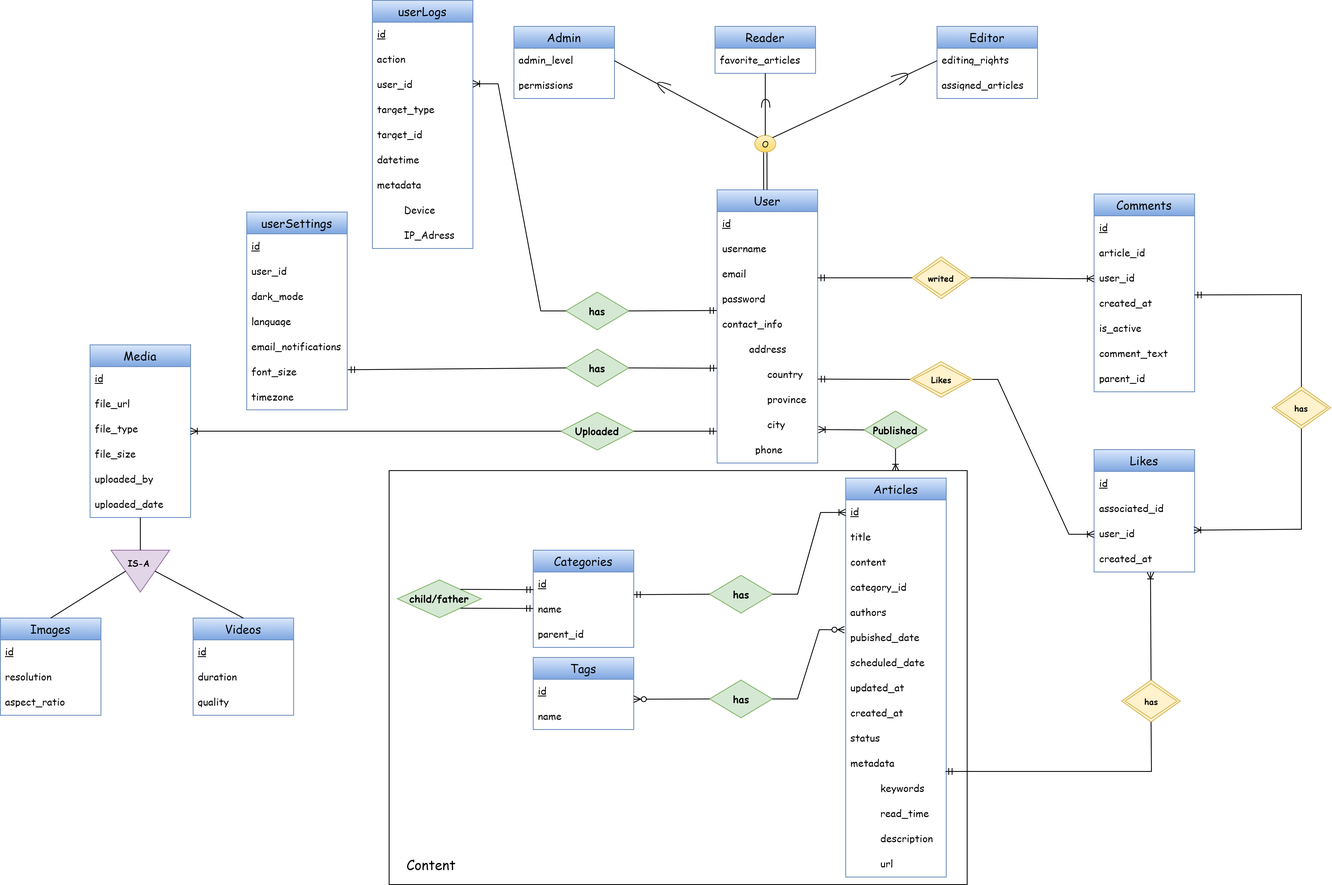
Before: ER Diagram/CMS-EER.png, a diagram exported from draw.io (Ahooraa/CMS-MongoDB). Source tidied: cells renumbered, new cells last; positions are measured from the earlier drawing's top-left corner, leaving out a move shared by most shapes.
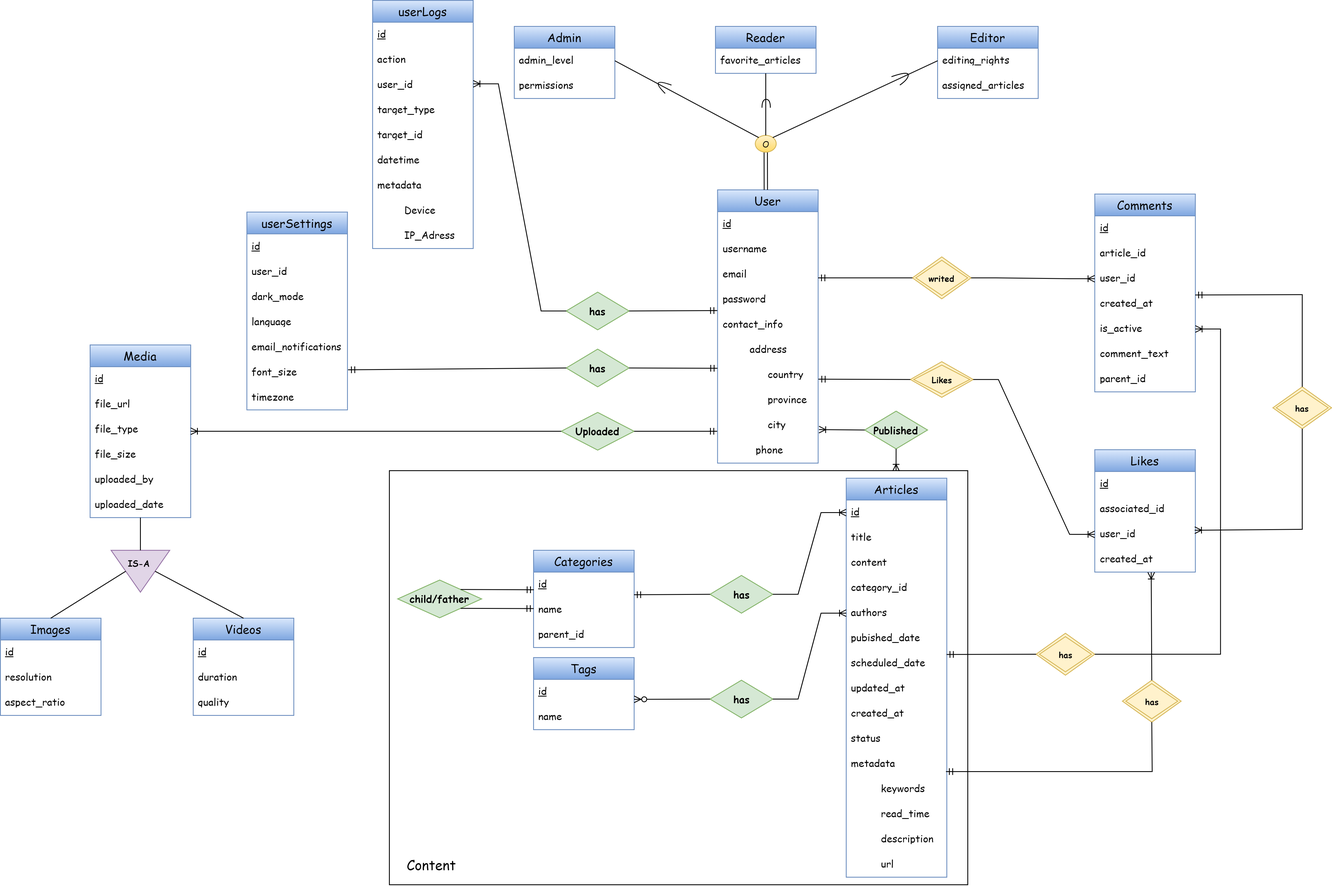
The same file after the commit.

Commit message:
Modify EER Diagram

Change to the diagram source:
```diff
@@ -381,9 +381,6 @@
     <mxCell id="116" style="fontSize=12;html=1;endArrow=ERmandOne;rounded=0;entryX=0.998;entryY=0.901;entryDx=0;entryDy=0;entryPerimeter=0;exitX=0;exitY=0.5;exitDx=0;exitDy=0;" parent="1" edge="1" source="110" target="76">
       <mxGeometry relative="1" as="geometry" />
     </mxCell>
-    <mxCell id="117" style="edgeStyle=entityRelationEdgeStyle;fontSize=12;html=1;endArrow=ERzeroToMany;endFill=1;rounded=0;entryX=-0.012;entryY=0.162;entryDx=0;entryDy=0;exitX=1;exitY=0.5;exitDx=0;exitDy=0;entryPerimeter=0;" parent="1" edge="1" source="111" target="65">
-      <mxGeometry relative="1" as="geometry" />
-    </mxCell>
     <mxCell id="118" style="fontSize=12;html=1;endArrow=ERzeroToMany;endFill=1;rounded=0;entryX=1;entryY=0.794;entryDx=0;entryDy=0;exitX=0;exitY=0.5;exitDx=0;exitDy=0;entryPerimeter=0;" parent="1" edge="1" source="111" target="80">
       <mxGeometry relative="1" as="geometry" />
     </mxCell>
@@ -449,5 +446,17 @@
     <mxCell id="137" style="fontSize=12;html=1;endArrow=Line;startArrow=ERmandOne;rounded=0;exitX=1.006;exitY=0.406;exitDx=0;exitDy=0;entryX=0;entryY=0.5;entryDx=0;entryDy=0;exitPerimeter=0;" parent="1" edge="1" source="133" target="135">
       <mxGeometry relative="1" as="geometry" />
     </mxCell>
+    <mxCell id="138" value="has" style="shape=rhombus;double=1;perimeter=rhombusPerimeter;whiteSpace=wrap;html=1;align=center;fontFamily=Comic Sans MS;fontStyle=1;fontSize=10;fillColor=#fff2cc;strokeColor=#d6b656;" parent="1" vertex="1">
+      <mxGeometry x="1235.5" y="755" width="70" height="50" as="geometry" />
+    </mxCell>
+    <mxCell id="139" style="edgeStyle=entityRelationEdgeStyle;fontSize=12;html=1;endArrow=ERoneToMany;rounded=0;entryX=0;entryY=0.5;entryDx=0;entryDy=0;exitX=1;exitY=0.5;exitDx=0;exitDy=0;" parent="1" edge="1" source="111" target="64">
+      <mxGeometry relative="1" as="geometry" />
+    </mxCell>
+    <mxCell id="140" style="fontSize=12;html=1;endArrow=ERmandOne;startArrow=Line;rounded=0;exitX=0;exitY=0.5;exitDx=0;exitDy=0;entryX=0.998;entryY=0.143;entryDx=0;entryDy=0;entryPerimeter=0;" parent="1" edge="1" source="138" target="66">
+      <mxGeometry relative="1" as="geometry" />
+    </mxCell>
+    <mxCell id="141" style="edgeStyle=entityRelationEdgeStyle;fontSize=12;html=1;endArrow=ERoneToMany;rounded=0;exitX=1;exitY=0.5;exitDx=0;exitDy=0;" parent="1" edge="1" source="138" target="51">
+      <mxGeometry relative="1" as="geometry" />
+    </mxCell>
   </root>
 </mxGraphModel>
```
